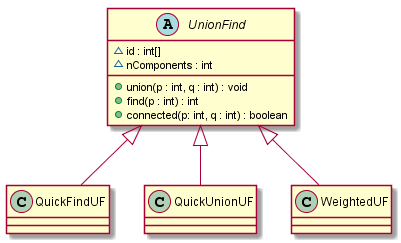
The PlantUML diagram sedgewick-algs/union-find/src/main/resources/class_diagram.png in s3lvatico/dd.algs, before a commit. The source it was exported from:
```plantuml
@startuml class_diagram
abstract class UnionFind {
    ~ id : int[]
    ~ nComponents : int
    + union(p : int, q : int) : void
    + find(p : int) : int
    + connected(p: int, q : int) : boolean
}
class QuickFindUF
class QuickUnionUF
class WeightedUF
UnionFind <|-- QuickFindUF
UnionFind <|-- QuickUnionUF
UnionFind <|-- WeightedUF
@enduml
```
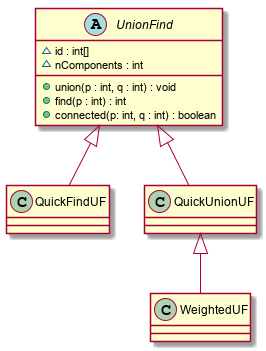
After the commit.

What changed in the source:
```diff
@@ -11,5 +11,5 @@
 class WeightedUF
 UnionFind <|-- QuickFindUF
 UnionFind <|-- QuickUnionUF
-UnionFind <|-- WeightedUF
+QuickUnionUF <|-- WeightedUF
 @enduml
```
